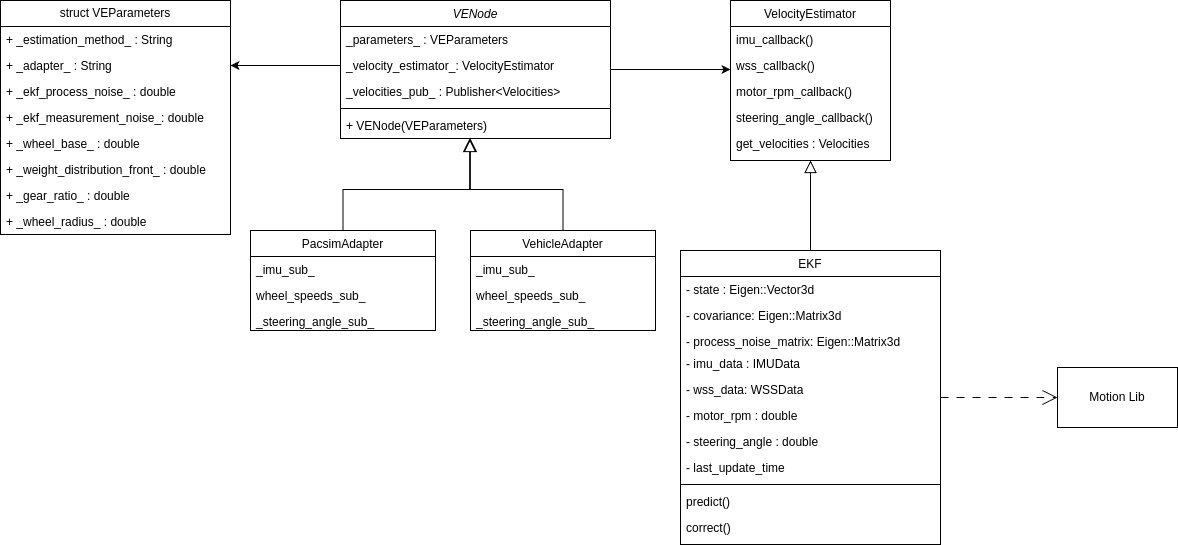
fs-feup/autonomous-systems keeps this draw.io diagram as docs/diagrams/velocity_estimation/VelocityEstimation.drawio.png. Above is the earlier version. Source tidied: cells renumbered, new cells last; positions are measured from the earlier drawing's top-left corner, leaving out a move shared by most shapes.
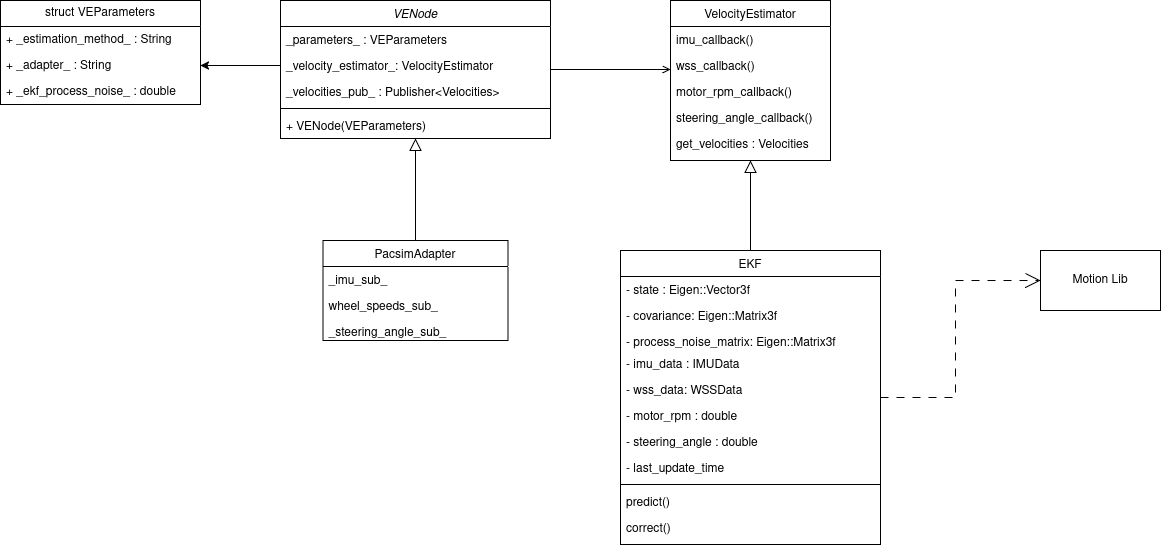
After the commit.

The edit, as a diff of the source:
```diff
@@ -21,7 +21,7 @@
       <mxGeometry y="112" width="270" height="26" as="geometry" />
     </mxCell>
     <mxCell id="8" value="PacsimAdapter" style="swimlane;fontStyle=0;align=center;verticalAlign=top;horizontal=1;startSize=26;rounded=0;shadow=0;strokeWidth=1;" parent="1" vertex="1">
-      <mxGeometry x="250" y="230" width="185" height="100" as="geometry" />
+      <mxGeometry x="382.5" y="240" width="185" height="100" as="geometry" />
     </mxCell>
     <mxCell id="9" value="_imu_sub_" style="text;align=left;verticalAlign=top;spacingLeft=4;spacingRight=4;overflow=hidden;" parent="8" vertex="1">
       <mxGeometry y="26" width="185" height="26" as="geometry" />
@@ -32,6 +32,9 @@
     <mxCell id="11" value="_steering_angle_sub_" style="text;align=left;verticalAlign=top;spacingLeft=4;spacingRight=4;overflow=hidden;fontStyle=0;" parent="8" vertex="1">
       <mxGeometry y="78" width="185" height="22" as="geometry" />
     </mxCell>
+    <mxCell id="50" style="endArrow=block;endSize=10;endFill=0;shadow=0;strokeWidth=1;rounded=0;curved=0;edgeStyle=elbowEdgeStyle;elbow=vertical;" parent="1" edge="1" source="8" target="2">
+      <mxGeometry relative="1" as="geometry" />
+    </mxCell>
     <mxCell id="12" value="VelocityEstimator" style="swimlane;fontStyle=0;align=center;verticalAlign=top;horizontal=1;startSize=26;rounded=0;shadow=0;strokeWidth=1;" parent="1" vertex="1">
       <mxGeometry x="730" width="160" height="160" as="geometry" />
     </mxCell>
@@ -50,7 +53,7 @@
     <mxCell id="17" value="get_velocities : Velocities" style="text;align=left;verticalAlign=top;spacingLeft=4;spacingRight=4;overflow=hidden;rounded=0;shadow=0;html=0;" parent="12" vertex="1">
       <mxGeometry y="130" width="160" height="26" as="geometry" />
     </mxCell>
-    <mxCell id="18" style="endArrow=classic;shadow=0;strokeWidth=1;rounded=0;curved=0;endFill=1;edgeStyle=elbowEdgeStyle;elbow=vertical;" parent="1" edge="1" source="2" target="12">
+    <mxCell id="18" style="endArrow=open;shadow=0;strokeWidth=1;rounded=0;curved=0;endFill=1;edgeStyle=elbowEdgeStyle;elbow=vertical;" parent="1" edge="1" source="2" target="12">
       <mxGeometry x="0.5" y="41" relative="1" as="geometry">
         <mxPoint x="-40" y="32" as="offset" />
       </mxGeometry>
@@ -61,13 +64,13 @@
     <mxCell id="20" value="EKF" style="swimlane;fontStyle=0;align=center;verticalAlign=top;horizontal=1;startSize=26;rounded=0;shadow=0;strokeWidth=1;" parent="1" vertex="1">
       <mxGeometry x="680" y="250" width="260" height="294" as="geometry" />
     </mxCell>
-    <mxCell id="21" value="- state : Eigen::Vector3d " style="text;align=left;verticalAlign=top;spacingLeft=4;spacingRight=4;overflow=hidden;" parent="20" vertex="1">
+    <mxCell id="21" value="- state : Eigen::Vector3f " style="text;align=left;verticalAlign=top;spacingLeft=4;spacingRight=4;overflow=hidden;" parent="20" vertex="1">
       <mxGeometry y="26" width="260" height="26" as="geometry" />
     </mxCell>
-    <mxCell id="22" value="- covariance: Eigen::Matrix3d" style="text;align=left;verticalAlign=top;spacingLeft=4;spacingRight=4;overflow=hidden;rounded=0;shadow=0;html=0;" parent="20" vertex="1">
+    <mxCell id="22" value="- covariance: Eigen::Matrix3f" style="text;align=left;verticalAlign=top;spacingLeft=4;spacingRight=4;overflow=hidden;rounded=0;shadow=0;html=0;" parent="20" vertex="1">
       <mxGeometry y="52" width="260" height="26" as="geometry" />
     </mxCell>
-    <mxCell id="23" value="- process_noise_matrix: Eigen::Matrix3d" style="text;align=left;verticalAlign=top;spacingLeft=4;spacingRight=4;overflow=hidden;" parent="20" vertex="1">
+    <mxCell id="23" value="- process_noise_matrix: Eigen::Matrix3f" style="text;align=left;verticalAlign=top;spacingLeft=4;spacingRight=4;overflow=hidden;" parent="20" vertex="1">
       <mxGeometry y="78" width="260" height="22" as="geometry" />
     </mxCell>
     <mxCell id="24" value="- imu_data : IMUData" style="text;align=left;verticalAlign=top;spacingLeft=4;spacingRight=4;overflow=hidden;fontStyle=0;" parent="20" vertex="1">
@@ -100,32 +103,17 @@
       </mxGeometry>
     </mxCell>
     <mxCell id="33" value="struct VEParameters" style="swimlane;fontStyle=0;horizontal=1;startSize=26;fillColor=none;whiteSpace=wrap;html=1;" parent="1" vertex="1">
-      <mxGeometry width="230" height="234" as="geometry" />
+      <mxGeometry x="60" width="200" height="104" as="geometry" />
     </mxCell>
     <mxCell id="34" value="+ _estimation_method_ : String" style="text;strokeColor=none;fillColor=none;align=left;verticalAlign=top;spacingLeft=4;spacingRight=4;overflow=hidden;whiteSpace=wrap;html=1;" parent="33" vertex="1">
-      <mxGeometry y="26" width="230" height="26" as="geometry" />
+      <mxGeometry y="26" width="200" height="26" as="geometry" />
     </mxCell>
     <mxCell id="35" value="+ _adapter_ : String" style="text;strokeColor=none;fillColor=none;align=left;verticalAlign=top;spacingLeft=4;spacingRight=4;overflow=hidden;points=[[0,0.5],[1,0.5]];portConstraint=eastwest;whiteSpace=wrap;html=1;" parent="33" vertex="1">
-      <mxGeometry y="52" width="230" height="26" as="geometry" />
+      <mxGeometry y="52" width="200" height="26" as="geometry" />
     </mxCell>
     <mxCell id="36" value="+ _ekf_process_noise_ : double" style="text;strokeColor=none;fillColor=none;align=left;verticalAlign=top;spacingLeft=4;spacingRight=4;overflow=hidden;whiteSpace=wrap;html=1;" parent="33" vertex="1">
-      <mxGeometry y="78" width="230" height="26" as="geometry" />
+      <mxGeometry y="78" width="200" height="26" as="geometry" />
     </mxCell>
-    <mxCell id="37" value="+ _ekf_measurement_noise_: double" style="text;strokeColor=none;fillColor=none;align=left;verticalAlign=top;spacingLeft=4;spacingRight=4;overflow=hidden;whiteSpace=wrap;html=1;" parent="33" vertex="1">
-      <mxGeometry y="104" width="230" height="26" as="geometry" />
-    </mxCell>
-    <mxCell id="38" value="+ _wheel_base_ : double" style="text;strokeColor=none;fillColor=none;align=left;verticalAlign=top;spacingLeft=4;spacingRight=4;overflow=hidden;whiteSpace=wrap;html=1;" parent="33" vertex="1">
-      <mxGeometry y="130" width="230" height="26" as="geometry" />
-    </mxCell>
-    <mxCell id="39" value="+ _weight_distribution_front_ : double" style="text;strokeColor=none;fillColor=none;align=left;verticalAlign=top;spacingLeft=4;spacingRight=4;overflow=hidden;whiteSpace=wrap;html=1;" parent="33" vertex="1">
-      <mxGeometry y="156" width="230" height="26" as="geometry" />
-    </mxCell>
-    <mxCell id="40" value="+ _gear_ratio_ : double" style="text;strokeColor=none;fillColor=none;align=left;verticalAlign=top;spacingLeft=4;spacingRight=4;overflow=hidden;whiteSpace=wrap;html=1;" parent="33" vertex="1">
-      <mxGeometry y="182" width="230" height="26" as="geometry" />
-    </mxCell>
-    <mxCell id="41" value="+ _wheel_radius_ : double" style="text;strokeColor=none;fillColor=none;align=left;verticalAlign=top;spacingLeft=4;spacingRight=4;overflow=hidden;whiteSpace=wrap;html=1;" parent="33" vertex="1">
-      <mxGeometry y="208" width="230" height="26" as="geometry" />
-    </mxCell>
     <mxCell id="42" style="edgeStyle=orthogonalEdgeStyle;rounded=0;jettySize=auto;html=1;entryX=1;entryY=0.5;entryDx=0;entryDy=0;" parent="1" edge="1" source="4" target="35">
       <mxGeometry relative="1" as="geometry">
         <Array as="points">
@@ -135,25 +123,7 @@
       </mxGeometry>
     </mxCell>
     <mxCell id="43" value="Motion Lib" style="rounded=0;whiteSpace=wrap;html=1;" parent="1" vertex="1">
-      <mxGeometry x="1057" y="367" width="120" height="60" as="geometry" />
+      <mxGeometry x="1100" y="250" width="120" height="60" as="geometry" />
     </mxCell>
-    <mxCell id="44" value="VehicleAdapter" style="swimlane;fontStyle=0;align=center;verticalAlign=top;horizontal=1;startSize=26;rounded=0;shadow=0;strokeWidth=1;" parent="1" vertex="1">
-      <mxGeometry x="470" y="230" width="185" height="100" as="geometry" />
-    </mxCell>
-    <mxCell id="45" value="_imu_sub_" style="text;align=left;verticalAlign=top;spacingLeft=4;spacingRight=4;overflow=hidden;" parent="44" vertex="1">
-      <mxGeometry y="26" width="185" height="26" as="geometry" />
-    </mxCell>
-    <mxCell id="46" value="wheel_speeds_sub_" style="text;align=left;verticalAlign=top;spacingLeft=4;spacingRight=4;overflow=hidden;rounded=0;shadow=0;html=0;" parent="44" vertex="1">
-      <mxGeometry y="52" width="185" height="26" as="geometry" />
-    </mxCell>
-    <mxCell id="47" value="_steering_angle_sub_" style="text;align=left;verticalAlign=top;spacingLeft=4;spacingRight=4;overflow=hidden;fontStyle=0;" parent="44" vertex="1">
-      <mxGeometry y="78" width="185" height="22" as="geometry" />
-    </mxCell>
-    <mxCell id="48" style="edgeStyle=orthogonalEdgeStyle;rounded=0;jettySize=auto;html=1;entryX=0.481;entryY=1;entryDx=0;entryDy=0;entryPerimeter=0;endArrow=block;endFill=0;endSize=11;" parent="1" edge="1" source="8" target="7">
-      <mxGeometry relative="1" as="geometry" />
-    </mxCell>
-    <mxCell id="49" style="edgeStyle=orthogonalEdgeStyle;rounded=0;jettySize=auto;html=1;entryX=0.478;entryY=1;entryDx=0;entryDy=0;entryPerimeter=0;endArrow=block;endFill=0;endSize=11;" parent="1" edge="1" source="44" target="7">
-      <mxGeometry relative="1" as="geometry" />
-    </mxCell>
   </root>
 </mxGraphModel>
```
